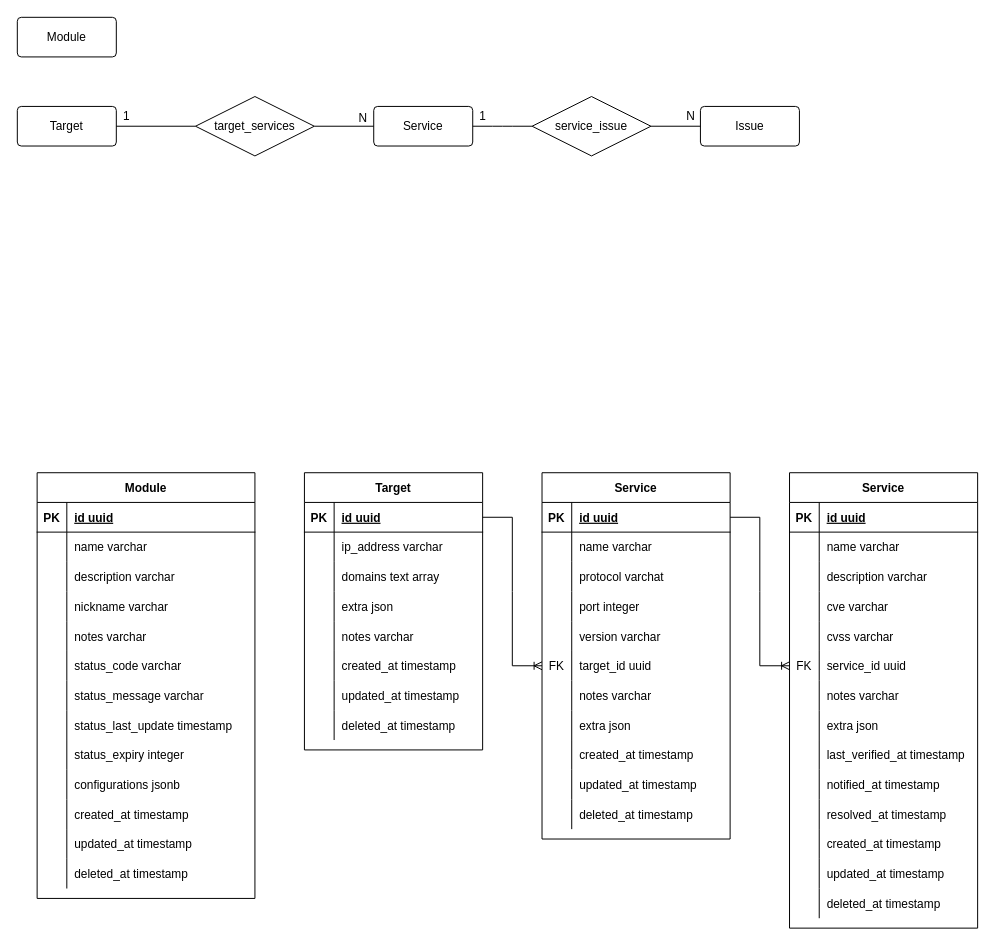
Above: page "vumos-db-api" (5 of 5) of vumos.drawio in r0zbot/mac0499-vumos-monografia (draw.io), before the change. Source tidied: cells renumbered, new cells numbered last; positions are measured from the earlier drawing's top-left corner, leaving out a move shared by most shapes. Both pictures are drawn from the tidied source at 99%, with x=0, y=0 at pixel (17, 17).
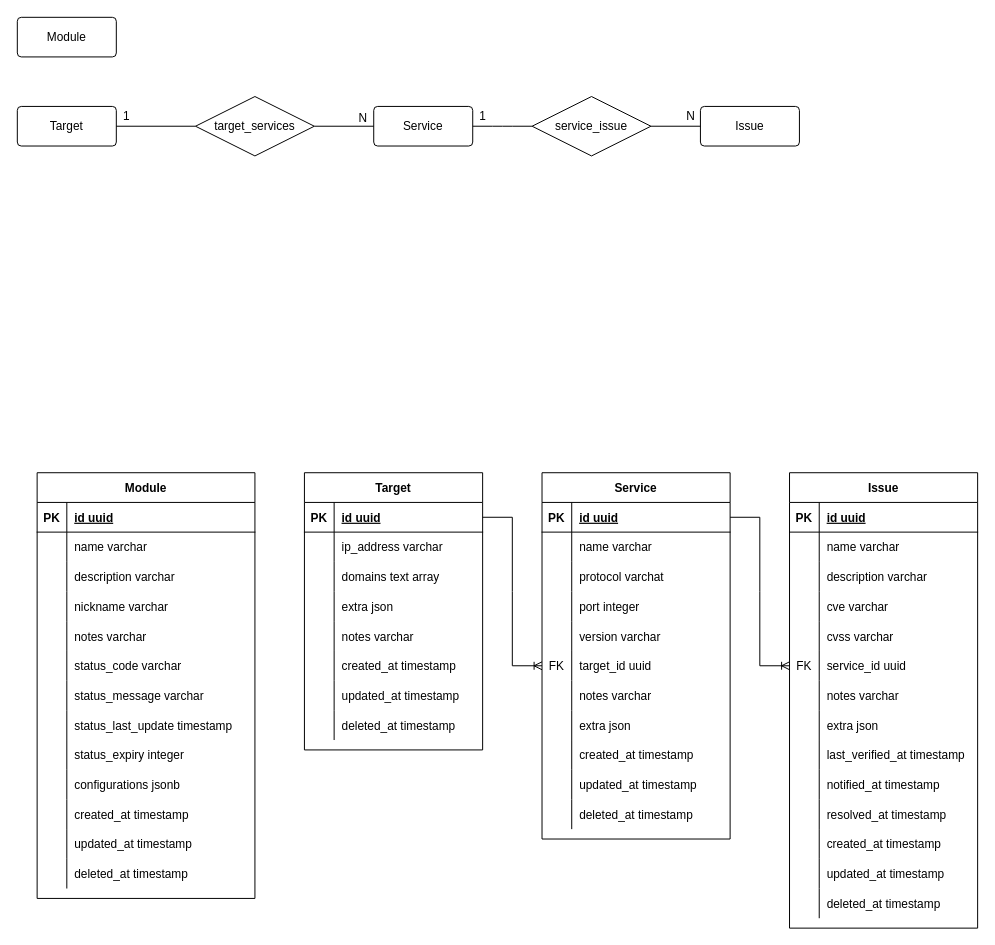
After the change.

What changed in the source:
```diff
@@
-    <mxCell id="116" value="Service" style="shape=table;startSize=30;childLayout=tableLayout;rowLines=0;fontStyle=1;align=center;fontSize=12;" parent="1" vertex="1">
+    <mxCell id="116" value="Issue" style="shape=table;startSize=30;childLayout=tableLayout;rowLines=0;fontStyle=1;align=center;fontSize=12;" parent="1" vertex="1">
       <mxGeometry x="780" y="460" width="190" height="460" as="geometry" />
     </mxCell>
```
